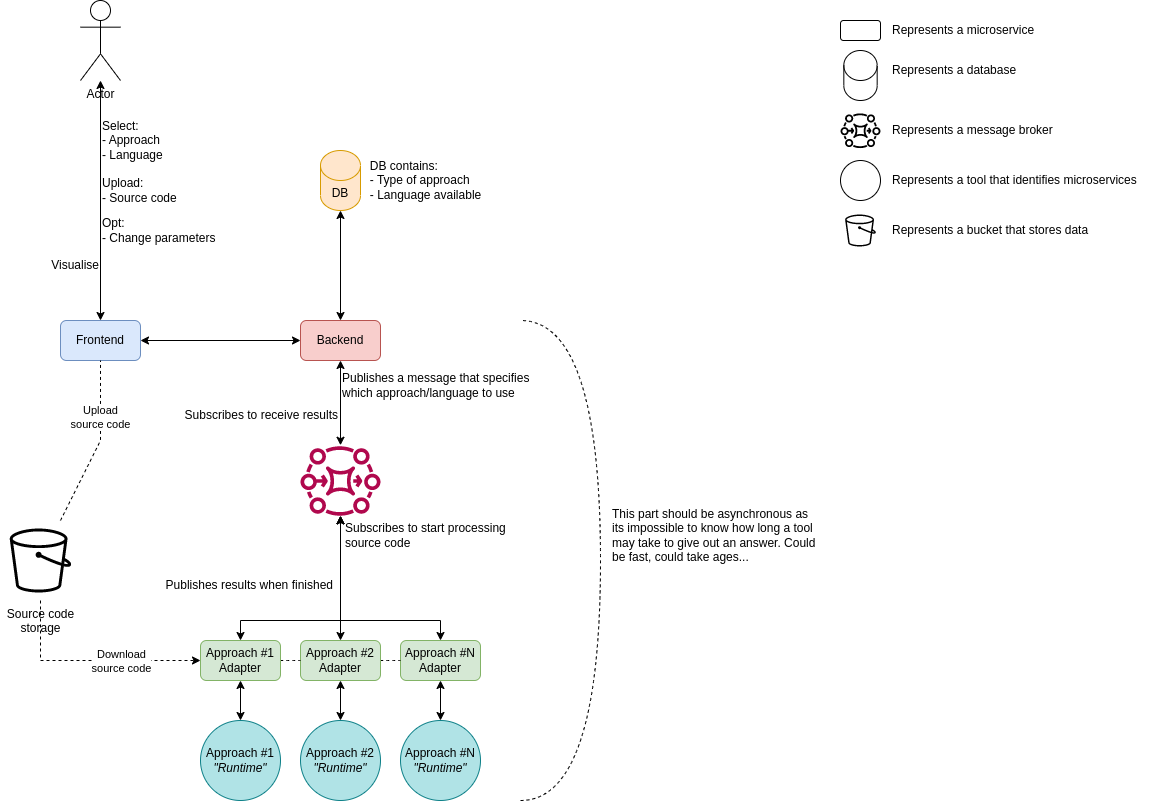
This is .assets/images/thesis-architecture.drawio.png from Guergeiro/mesw-breno-salles, a draw.io export, as it was before one commit. Source tidied: cells renumbered, new cells last; positions are measured from the earlier drawing's top-left corner, leaving out a move shared by most shapes.
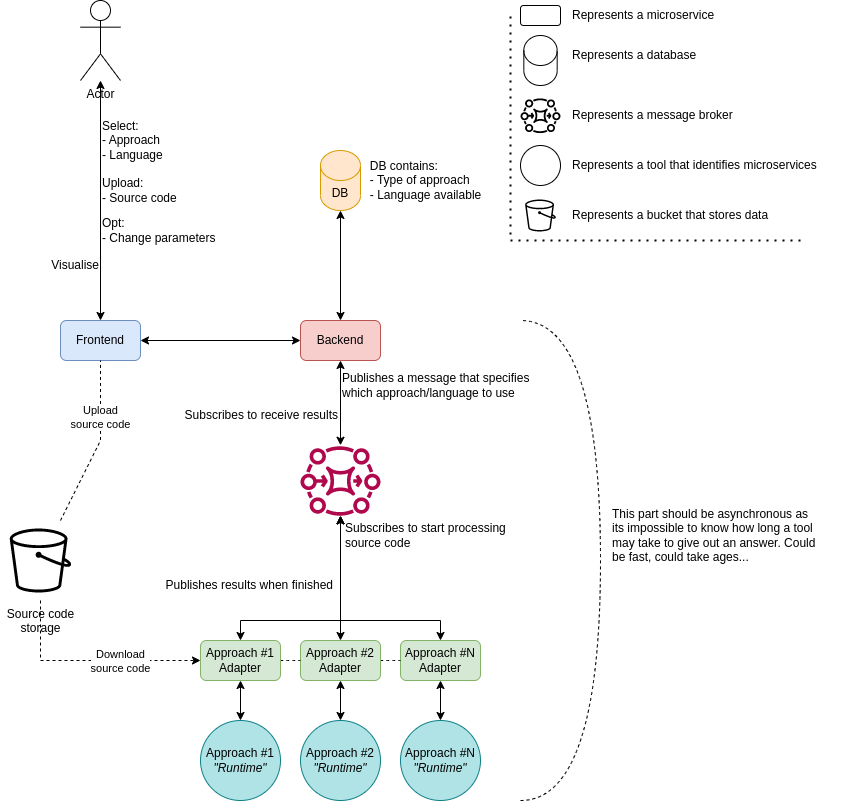
The same diagram one commit later.

The edit, as a diff of the source:
```diff
@@ -60,25 +60,25 @@
       <mxGeometry x="30" y="250" width="70" height="30" as="geometry" />
     </mxCell>
     <mxCell id="21" style="rounded=1;whiteSpace=wrap;html=1;" parent="1" vertex="1">
-      <mxGeometry x="840" y="20" width="40" height="20" as="geometry" />
+      <mxGeometry x="520" y="5" width="40" height="20" as="geometry" />
     </mxCell>
     <mxCell id="22" value="Represents a microservice" style="text;html=1;align=left;verticalAlign=middle;strokeColor=none;fillColor=none;" parent="1" vertex="1">
-      <mxGeometry x="890" y="15" width="170" height="30" as="geometry" />
+      <mxGeometry x="570" width="170" height="30" as="geometry" />
     </mxCell>
     <mxCell id="23" style="shape=cylinder3;whiteSpace=wrap;html=1;boundedLbl=1;backgroundOutline=1;size=15;" parent="1" vertex="1">
-      <mxGeometry x="843.3" y="50" width="33.3" height="50" as="geometry" />
+      <mxGeometry x="523.3" y="35" width="33.3" height="50" as="geometry" />
     </mxCell>
     <mxCell id="24" value="Represents a database" style="text;html=1;align=left;verticalAlign=middle;strokeColor=none;fillColor=none;" parent="1" vertex="1">
-      <mxGeometry x="890" y="55" width="150" height="30" as="geometry" />
+      <mxGeometry x="570" y="40" width="150" height="30" as="geometry" />
     </mxCell>
     <mxCell id="25" style="sketch=0;outlineConnect=0;fontColor=#232F3E;gradientColor=none;fillColor=#B0084D;strokeColor=none;dashed=0;verticalLabelPosition=bottom;verticalAlign=top;align=center;html=1;fontSize=12;fontStyle=0;shape=mxgraph.aws4.mq_broker;" parent="1" vertex="1">
       <mxGeometry x="300" y="440" width="80" height="80" as="geometry" />
     </mxCell>
     <mxCell id="26" style="sketch=0;dashed=0;verticalLabelPosition=bottom;verticalAlign=top;align=center;html=1;fontSize=12;fontStyle=0;shape=mxgraph.aws4.mq_broker;strokeWidth=0;fillColor=#000000;" parent="1" vertex="1">
-      <mxGeometry x="840" y="110" width="40" height="40" as="geometry" />
+      <mxGeometry x="520" y="95" width="40" height="40" as="geometry" />
     </mxCell>
     <mxCell id="27" value="Represents a message broker" style="text;html=1;align=left;verticalAlign=middle;strokeColor=none;fillColor=none;" parent="1" vertex="1">
-      <mxGeometry x="890" y="115" width="180" height="30" as="geometry" />
+      <mxGeometry x="570" y="100" width="180" height="30" as="geometry" />
     </mxCell>
     <mxCell id="28" style="endArrow=classic;startArrow=classic;html=1;rounded=0;" parent="1" edge="1" source="3" target="25">
       <mxGeometry relative="1" as="geometry" />
@@ -128,19 +128,19 @@
       <mxGeometry x="610" y="500" width="230" height="70" as="geometry" />
     </mxCell>
     <mxCell id="38" style="ellipse;whiteSpace=wrap;html=1;" parent="1" vertex="1">
-      <mxGeometry x="840" y="160" width="40" height="40" as="geometry" />
+      <mxGeometry x="520" y="145" width="40" height="40" as="geometry" />
     </mxCell>
     <mxCell id="39" value="Represents a tool that identifies microservices" style="text;html=1;align=left;verticalAlign=middle;strokeColor=none;fillColor=none;" parent="1" vertex="1">
-      <mxGeometry x="890" y="165" width="270" height="30" as="geometry" />
+      <mxGeometry x="570" y="150" width="270" height="30" as="geometry" />
     </mxCell>
     <mxCell id="40" value="Source code&lt;br&gt;storage" style="sketch=0;outlineConnect=0;dashed=0;verticalLabelPosition=bottom;verticalAlign=top;align=center;html=1;fontSize=12;fontStyle=0;shape=mxgraph.aws4.resourceIcon;resIcon=mxgraph.aws4.bucket;strokeWidth=0;" parent="1" vertex="1">
       <mxGeometry y="520" width="80" height="80" as="geometry" />
     </mxCell>
     <mxCell id="41" style="sketch=0;dashed=0;verticalLabelPosition=bottom;verticalAlign=top;align=center;html=1;fontSize=12;fontStyle=0;shape=mxgraph.aws4.resourceIcon;resIcon=mxgraph.aws4.bucket;strokeWidth=0;" parent="1" vertex="1">
-      <mxGeometry x="840" y="210" width="40" height="40" as="geometry" />
+      <mxGeometry x="520" y="195" width="40" height="40" as="geometry" />
     </mxCell>
     <mxCell id="42" value="Represents a bucket that stores data" style="text;html=1;align=left;verticalAlign=middle;strokeColor=none;fillColor=none;" parent="1" vertex="1">
-      <mxGeometry x="890" y="215" width="220" height="30" as="geometry" />
+      <mxGeometry x="570" y="200" width="220" height="30" as="geometry" />
     </mxCell>
     <mxCell id="43" style="endArrow=none;dashed=1;html=1;rounded=0;curved=1;startArrow=none;" parent="1" edge="1" source="44" target="17">
       <mxGeometry relative="1" as="geometry" />
@@ -176,5 +176,14 @@
     <mxCell id="50" value="Upload&lt;br&gt;source code" style="edgeLabel;html=1;align=center;verticalAlign=middle;" parent="49" vertex="1">
       <mxGeometry x="0.33" y="1" relative="1" as="geometry" />
     </mxCell>
+    <mxCell id="51" style="endArrow=none;dashed=1;html=1;dashPattern=1 3;strokeWidth=2;rounded=0;" parent="1" edge="1">
+      <mxGeometry relative="1" as="geometry">
+        <mxPoint x="800" y="240" as="sourcePoint" />
+        <mxPoint x="510" y="10" as="targetPoint" />
+        <Array as="points">
+          <mxPoint x="510" y="240" />
+        </Array>
+      </mxGeometry>
+    </mxCell>
   </root>
 </mxGraphModel>
```
